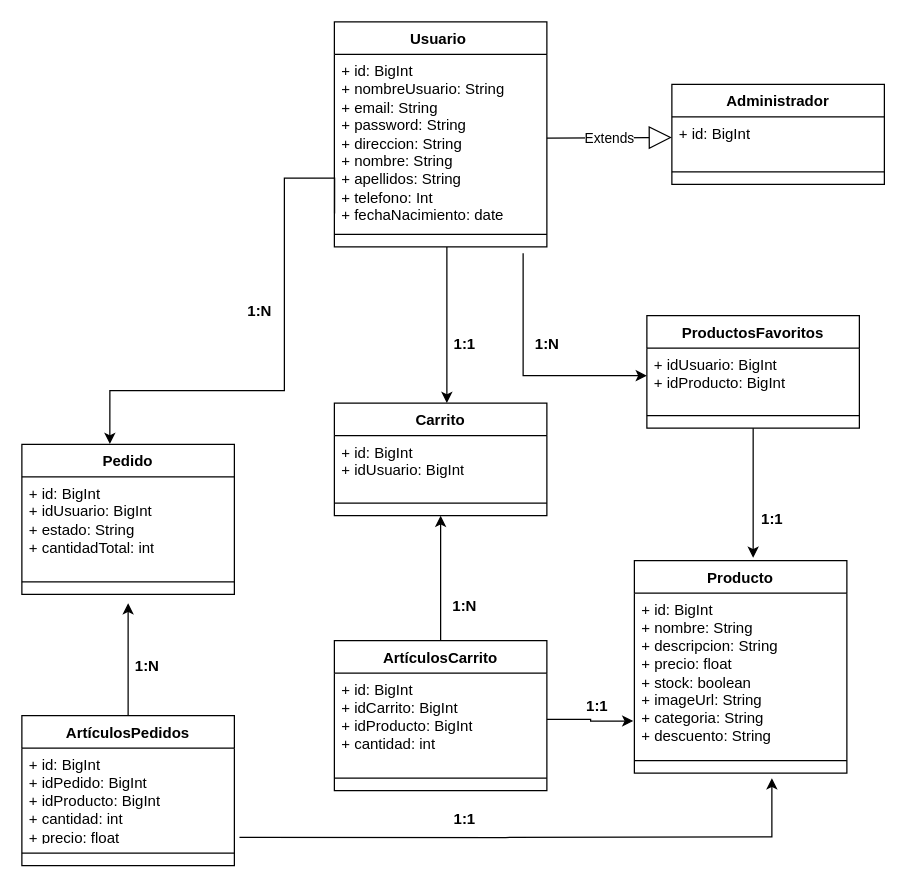
This is UML.drawio from Lunadetorres/ProyectoTAD, a draw.io file, before an edit. Source tidied: cells renumbered, new cells numbered last; positions are measured from the earlier drawing's top-left corner, leaving out a move shared by most shapes. Both pictures are drawn from the tidied source at 125%, with x=0, y=0 at pixel (21, 21).
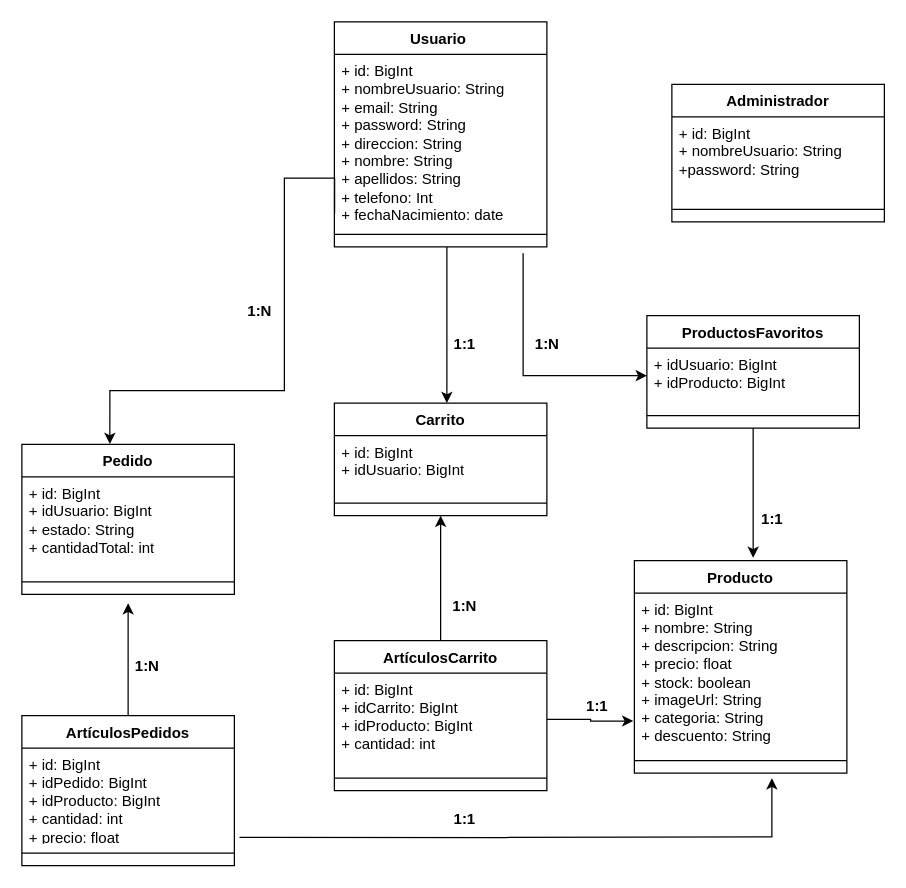
After the change.

The edit, as a diff of the source:
```diff
@@
     <mxCell id="39" value="Administrador" style="swimlane;fontStyle=1;align=center;verticalAlign=top;horizontal=1;startSize=26;whiteSpace=wrap;html=1;" parent="1" vertex="1">
-      <mxGeometry x="520" y="50" width="170" height="80" as="geometry" />
+      <mxGeometry x="520" y="50" width="170" height="110" as="geometry" />
     </mxCell>
-    <mxCell id="40" value="+ id: BigInt&lt;br&gt;&lt;br&gt;" style="text;strokeColor=none;fillColor=none;align=left;verticalAlign=top;spacingLeft=4;spacingRight=4;overflow=hidden;whiteSpace=wrap;html=1;" parent="39" vertex="1">
-      <mxGeometry y="26" width="170" height="34" as="geometry" />
+    <mxCell id="40" value="+ id: BigInt&lt;br&gt;+ nombreUsuario: String&lt;br&gt;+password: String" style="text;strokeColor=none;fillColor=none;align=left;verticalAlign=top;spacingLeft=4;spacingRight=4;overflow=hidden;whiteSpace=wrap;html=1;" parent="39" vertex="1">
+      <mxGeometry y="26" width="170" height="64" as="geometry" />
     </mxCell>
     <mxCell id="41" style="line;strokeWidth=1;fillColor=none;align=left;verticalAlign=middle;spacingTop=-1;spacingLeft=3;spacingRight=3;labelPosition=right;strokeColor=inherit;" parent="39" vertex="1">
-      <mxGeometry y="60" width="170" height="20" as="geometry" />
+      <mxGeometry y="90" width="170" height="20" as="geometry" />
     </mxCell>
-    <mxCell id="42" value="Extends" style="endArrow=block;endSize=16;endFill=0;html=1;rounded=0;" parent="1" edge="1">
-      <mxGeometry relative="1" as="geometry">
-        <mxPoint x="420" y="92.9" as="sourcePoint" />
-        <mxPoint x="520" y="92.5" as="targetPoint" />
-      </mxGeometry>
-    </mxCell>
```
